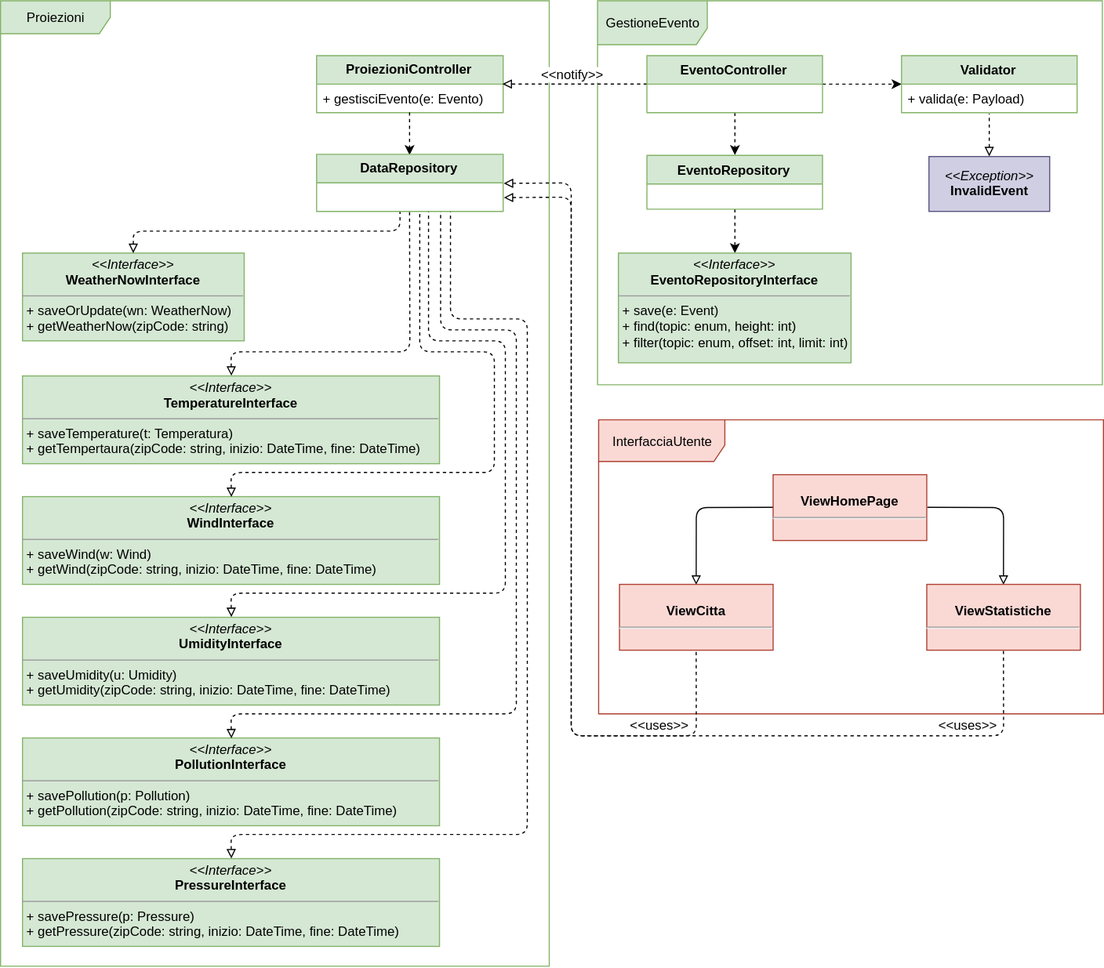
Before: resources/ProgettazioneDettaglio_ProiezioniEvento.svg, a diagram exported from draw.io (Leaaaf/weatherment.io). Source tidied: cells renumbered, new cells last; positions are measured from the earlier drawing's top-left corner, leaving out a move shared by most shapes. Source of this version:
```xml
<mxGraphModel>
  <root>
    <mxCell id="0" />
    <mxCell id="1" parent="0" />
    <mxCell id="2" value="GestioneEvento&lt;br&gt;" style="shape=umlFrame;whiteSpace=wrap;html=1;width=100;height=40;fillColor=#d5e8d4;strokeColor=#82b366;" parent="1" vertex="1">
      <mxGeometry x="544" width="460" height="350" as="geometry" />
    </mxCell>
    <mxCell id="3" value="Proiezioni" style="shape=umlFrame;whiteSpace=wrap;html=1;fillColor=#d5e8d4;strokeColor=#82b366;width=100;height=30;" parent="1" vertex="1">
      <mxGeometry width="500" height="880" as="geometry" />
    </mxCell>
    <mxCell id="4" value="ProiezioniController" style="swimlane;fontStyle=1;horizontal=1;startSize=26;fillColor=#d5e8d4;strokeColor=#82b366;" parent="1" vertex="1">
      <mxGeometry x="288" y="50" width="170" height="52" as="geometry" />
    </mxCell>
    <mxCell id="5" value="+ gestisciEvento(e: Evento)" style="text;strokeColor=none;fillColor=none;align=left;verticalAlign=top;spacingLeft=4;spacingRight=4;overflow=hidden;points=[[0,0.5],[1,0.5]];portConstraint=eastwest;" parent="4" vertex="1">
      <mxGeometry y="26" width="170" height="26" as="geometry" />
    </mxCell>
    <mxCell id="6" value="&lt;p style=&quot;margin: 0px ; margin-top: 4px ; text-align: center&quot;&gt;&lt;i&gt;&amp;lt;&amp;lt;Interface&amp;gt;&amp;gt;&lt;/i&gt;&lt;br&gt;&lt;b&gt;TemperatureInterface&lt;/b&gt;&lt;/p&gt;&lt;hr size=&quot;1&quot;&gt;&lt;p style=&quot;margin: 0px ; margin-left: 4px&quot;&gt;+ saveTemperature(t: Temperatura)&lt;/p&gt;&lt;p style=&quot;margin: 0px ; margin-left: 4px&quot;&gt;+ getTempertaura(zipCode: string, inizio: DateTime, fine: DateTime)&lt;/p&gt;" style="verticalAlign=top;align=left;overflow=fill;fontSize=12;fontFamily=Helvetica;html=1;fillColor=#d5e8d4;strokeColor=#82b366;" parent="1" vertex="1">
      <mxGeometry x="20" y="342" width="380" height="80" as="geometry" />
    </mxCell>
    <mxCell id="7" value="&lt;p style=&quot;margin: 0px ; margin-top: 4px ; text-align: center&quot;&gt;&lt;i&gt;&amp;lt;&amp;lt;Interface&amp;gt;&amp;gt;&lt;/i&gt;&lt;br&gt;&lt;b&gt;WeatherNowInterface&lt;/b&gt;&lt;/p&gt;&lt;hr size=&quot;1&quot;&gt;&lt;p style=&quot;margin: 0px ; margin-left: 4px&quot;&gt;+ saveOrUpdate(wn: WeatherNow)&lt;/p&gt;&lt;p style=&quot;margin: 0px ; margin-left: 4px&quot;&gt;+ getWeatherNow(zipCode: string)&lt;/p&gt;" style="verticalAlign=top;align=left;overflow=fill;fontSize=12;fontFamily=Helvetica;html=1;fillColor=#d5e8d4;strokeColor=#82b366;" parent="1" vertex="1">
      <mxGeometry x="20" y="230" width="202" height="80" as="geometry" />
    </mxCell>
    <mxCell id="8" value="&lt;p style=&quot;margin: 0px ; margin-top: 4px ; text-align: center&quot;&gt;&lt;i&gt;&amp;lt;&amp;lt;Interface&amp;gt;&amp;gt;&lt;/i&gt;&lt;br&gt;&lt;b&gt;WindInterface&lt;/b&gt;&lt;/p&gt;&lt;hr size=&quot;1&quot;&gt;&lt;p style=&quot;margin: 0px ; margin-left: 4px&quot;&gt;+ saveWind(w: Wind)&lt;/p&gt;&lt;p style=&quot;margin: 0px ; margin-left: 4px&quot;&gt;+ getWind(zipCode: string, inizio: DateTime, fine: DateTime)&lt;/p&gt;" style="verticalAlign=top;align=left;overflow=fill;fontSize=12;fontFamily=Helvetica;html=1;fillColor=#d5e8d4;strokeColor=#82b366;" parent="1" vertex="1">
      <mxGeometry x="20" y="452" width="380" height="80" as="geometry" />
    </mxCell>
    <mxCell id="9" value="&lt;p style=&quot;margin: 0px ; margin-top: 4px ; text-align: center&quot;&gt;&lt;i&gt;&amp;lt;&amp;lt;Interface&amp;gt;&amp;gt;&lt;/i&gt;&lt;br&gt;&lt;b&gt;UmidityInterface&lt;/b&gt;&lt;/p&gt;&lt;hr size=&quot;1&quot;&gt;&lt;p style=&quot;margin: 0px ; margin-left: 4px&quot;&gt;+ saveUmidity(u: Umidity)&lt;/p&gt;&lt;p style=&quot;margin: 0px ; margin-left: 4px&quot;&gt;+ getUmidity(zipCode: string, inizio: DateTime, fine: DateTime)&lt;/p&gt;" style="verticalAlign=top;align=left;overflow=fill;fontSize=12;fontFamily=Helvetica;html=1;fillColor=#d5e8d4;strokeColor=#82b366;" parent="1" vertex="1">
      <mxGeometry x="20" y="562" width="380" height="80" as="geometry" />
    </mxCell>
    <mxCell id="10" value="&lt;p style=&quot;margin: 0px ; margin-top: 4px ; text-align: center&quot;&gt;&lt;i&gt;&amp;lt;&amp;lt;Interface&amp;gt;&amp;gt;&lt;/i&gt;&lt;br&gt;&lt;b&gt;PollutionInterface&lt;/b&gt;&lt;/p&gt;&lt;hr size=&quot;1&quot;&gt;&lt;p style=&quot;margin: 0px ; margin-left: 4px&quot;&gt;+ savePollution(p: Pollution)&lt;/p&gt;&lt;p style=&quot;margin: 0px ; margin-left: 4px&quot;&gt;+ getPollution(zipCode: string, inizio: DateTime, fine: DateTime)&lt;/p&gt;" style="verticalAlign=top;align=left;overflow=fill;fontSize=12;fontFamily=Helvetica;html=1;fillColor=#d5e8d4;strokeColor=#82b366;" parent="1" vertex="1">
      <mxGeometry x="20" y="672" width="380" height="80" as="geometry" />
    </mxCell>
    <mxCell id="11" value="&lt;p style=&quot;margin: 0px ; margin-top: 4px ; text-align: center&quot;&gt;&lt;i&gt;&amp;lt;&amp;lt;Interface&amp;gt;&amp;gt;&lt;/i&gt;&lt;br&gt;&lt;b&gt;PressureInterface&lt;/b&gt;&lt;/p&gt;&lt;hr size=&quot;1&quot;&gt;&lt;p style=&quot;margin: 0px ; margin-left: 4px&quot;&gt;+ savePressure(p: Pressure)&lt;/p&gt;&lt;p style=&quot;margin: 0px ; margin-left: 4px&quot;&gt;+ getPressure(zipCode: string, inizio: DateTime, fine: DateTime)&lt;/p&gt;" style="verticalAlign=top;align=left;overflow=fill;fontSize=12;fontFamily=Helvetica;html=1;fillColor=#d5e8d4;strokeColor=#82b366;" parent="1" vertex="1">
      <mxGeometry x="20" y="782" width="380" height="80" as="geometry" />
    </mxCell>
    <mxCell id="12" style="endArrow=classic;html=1;exitX=0.5;exitY=1;exitDx=0;exitDy=0;entryX=0.5;entryY=0;entryDx=0;entryDy=0;dashed=1;" parent="1" edge="1" source="4" target="19">
      <mxGeometry relative="1" as="geometry" />
    </mxCell>
    <mxCell id="13" style="endArrow=none;html=1;exitX=0.5;exitY=0;exitDx=0;exitDy=0;dashed=1;endFill=0;startArrow=block;startFill=0;" parent="1" edge="1" source="7">
      <mxGeometry relative="1" as="geometry">
        <mxPoint x="364" y="192" as="targetPoint" />
        <Array as="points">
          <mxPoint x="121" y="210" />
          <mxPoint x="364" y="210" />
        </Array>
      </mxGeometry>
    </mxCell>
    <mxCell id="14" style="endArrow=none;html=1;entryX=0.5;entryY=1;entryDx=0;entryDy=0;exitX=0.5;exitY=0;exitDx=0;exitDy=0;dashed=1;endFill=0;startArrow=block;startFill=0;" parent="1" edge="1" source="6" target="19">
      <mxGeometry relative="1" as="geometry">
        <Array as="points">
          <mxPoint x="210" y="320" />
          <mxPoint x="373" y="320" />
        </Array>
      </mxGeometry>
    </mxCell>
    <mxCell id="15" style="endArrow=none;html=1;exitX=0.5;exitY=0;exitDx=0;exitDy=0;dashed=1;endFill=0;startArrow=block;startFill=0;" parent="1" edge="1" source="8">
      <mxGeometry relative="1" as="geometry">
        <mxPoint x="382" y="192" as="targetPoint" />
        <Array as="points">
          <mxPoint x="210" y="430" />
          <mxPoint x="450" y="430" />
          <mxPoint x="450" y="320" />
          <mxPoint x="382" y="320" />
        </Array>
      </mxGeometry>
    </mxCell>
    <mxCell id="16" style="endArrow=none;html=1;exitX=0.5;exitY=0;exitDx=0;exitDy=0;dashed=1;endFill=0;startArrow=block;startFill=0;" parent="1" edge="1" source="9">
      <mxGeometry relative="1" as="geometry">
        <mxPoint x="390" y="192" as="targetPoint" />
        <Array as="points">
          <mxPoint x="210" y="540" />
          <mxPoint x="460" y="540" />
          <mxPoint x="460" y="310" />
          <mxPoint x="390" y="310" />
        </Array>
      </mxGeometry>
    </mxCell>
    <mxCell id="17" style="endArrow=none;html=1;exitX=0.5;exitY=0;exitDx=0;exitDy=0;dashed=1;endFill=0;startArrow=block;startFill=0;" parent="1" edge="1" source="10">
      <mxGeometry relative="1" as="geometry">
        <mxPoint x="401" y="192" as="targetPoint" />
        <Array as="points">
          <mxPoint x="210" y="650" />
          <mxPoint x="470" y="650" />
          <mxPoint x="470" y="300" />
          <mxPoint x="401" y="300" />
        </Array>
      </mxGeometry>
    </mxCell>
    <mxCell id="18" style="endArrow=none;html=1;exitX=0.5;exitY=0;exitDx=0;exitDy=0;dashed=1;endFill=0;startArrow=block;startFill=0;" parent="1" edge="1" source="11">
      <mxGeometry relative="1" as="geometry">
        <mxPoint x="410" y="192" as="targetPoint" />
        <Array as="points">
          <mxPoint x="210" y="760" />
          <mxPoint x="480" y="760" />
          <mxPoint x="480" y="290" />
          <mxPoint x="410" y="290" />
        </Array>
      </mxGeometry>
    </mxCell>
    <mxCell id="19" value="DataRepository" style="swimlane;fontStyle=1;horizontal=1;startSize=26;fillColor=#d5e8d4;strokeColor=#82b366;" parent="1" vertex="1">
      <mxGeometry x="288" y="140" width="170" height="52" as="geometry" />
    </mxCell>
    <mxCell id="20" style="edgeStyle=orthogonalEdgeStyle;rounded=1;jettySize=auto;html=1;entryX=0.5;entryY=0;entryDx=0;entryDy=0;dashed=1;" parent="1" edge="1" source="21" target="30">
      <mxGeometry relative="1" as="geometry" />
    </mxCell>
    <mxCell id="21" value="EventoRepository" style="swimlane;fontStyle=1;align=center;verticalAlign=top;horizontal=1;startSize=26;fillColor=#d5e8d4;strokeColor=#82b366;" parent="1" vertex="1">
      <mxGeometry x="589" y="141" width="160" height="49" as="geometry" />
    </mxCell>
    <mxCell id="22" style="edgeStyle=orthogonalEdgeStyle;rounded=1;jettySize=auto;html=1;dashed=1;endArrow=classic;endFill=1;" parent="1" edge="1" source="26" target="28">
      <mxGeometry relative="1" as="geometry" />
    </mxCell>
    <mxCell id="23" style="edgeStyle=orthogonalEdgeStyle;rounded=1;jettySize=auto;html=1;entryX=0.5;entryY=0;entryDx=0;entryDy=0;dashed=1;" parent="1" edge="1" source="26" target="21">
      <mxGeometry relative="1" as="geometry" />
    </mxCell>
    <mxCell id="24" style="rounded=0;jettySize=auto;html=1;entryX=0.999;entryY=-0.015;entryDx=0;entryDy=0;entryPerimeter=0;dashed=1;startArrow=none;startFill=0;endArrow=block;endFill=0;" parent="1" edge="1" source="26" target="5">
      <mxGeometry relative="1" as="geometry" />
    </mxCell>
    <mxCell id="25" value="&amp;lt;&amp;lt;notify&amp;gt;&amp;gt;" style="text;html=1;align=center;verticalAlign=middle;labelBackgroundColor=#ffffff;" parent="24" vertex="1">
      <mxGeometry x="0.07" relative="1" as="geometry">
        <mxPoint x="1.5" y="-9.5" as="offset" />
      </mxGeometry>
    </mxCell>
    <mxCell id="26" value="EventoController" style="swimlane;fontStyle=1;align=center;verticalAlign=top;horizontal=1;startSize=26;fillColor=#d5e8d4;strokeColor=#82b366;" parent="1" vertex="1">
      <mxGeometry x="589" y="50" width="160" height="52" as="geometry" />
    </mxCell>
    <mxCell id="27" value=" " style="text;strokeColor=none;fillColor=none;align=left;verticalAlign=top;spacingLeft=4;spacingRight=4;overflow=hidden;" parent="26" vertex="1">
      <mxGeometry y="26" width="160" height="26" as="geometry" />
    </mxCell>
    <mxCell id="28" value="Validator" style="swimlane;fontStyle=1;align=center;verticalAlign=top;horizontal=1;startSize=26;fillColor=#d5e8d4;strokeColor=#82b366;" parent="1" vertex="1">
      <mxGeometry x="821" y="50" width="160" height="52" as="geometry" />
    </mxCell>
    <mxCell id="29" value="+ valida(e: Payload)" style="text;strokeColor=none;fillColor=none;align=left;verticalAlign=top;spacingLeft=4;spacingRight=4;overflow=hidden;points=[[0,0.5],[1,0.5]];portConstraint=eastwest;" parent="28" vertex="1">
      <mxGeometry y="26" width="160" height="26" as="geometry" />
    </mxCell>
    <mxCell id="30" value="&lt;p style=&quot;margin: 0px ; margin-top: 4px ; text-align: center&quot;&gt;&lt;i&gt;&amp;lt;&amp;lt;Interface&amp;gt;&amp;gt;&lt;/i&gt;&lt;br&gt;&lt;b&gt;EventoRepositoryInterface&lt;/b&gt;&lt;/p&gt;&lt;hr size=&quot;1&quot;&gt;&lt;p style=&quot;margin: 0px ; margin-left: 4px&quot;&gt;+ save(e: Event)&lt;br&gt;+ find(topic: enum, height: int)&lt;/p&gt;&lt;p style=&quot;margin: 0px ; margin-left: 4px&quot;&gt;+ filter(topic: enum,&amp;nbsp;&lt;span&gt;offset: int, limit: int)&lt;/span&gt;&lt;/p&gt;" style="verticalAlign=top;align=left;overflow=fill;fontSize=12;fontFamily=Helvetica;html=1;fillColor=#d5e8d4;strokeColor=#82b366;" parent="1" vertex="1">
      <mxGeometry x="563" y="230" width="212" height="100" as="geometry" />
    </mxCell>
    <mxCell id="31" style="edgeStyle=orthogonalEdgeStyle;rounded=0;jettySize=auto;html=1;exitX=0.5;exitY=0;exitDx=0;exitDy=0;entryX=0.5;entryY=1.039;entryDx=0;entryDy=0;entryPerimeter=0;startArrow=block;startFill=0;endArrow=none;endFill=0;dashed=1;" parent="1" edge="1" source="32" target="29">
      <mxGeometry relative="1" as="geometry" />
    </mxCell>
    <mxCell id="32" value="&lt;i&gt;&amp;lt;&amp;lt;Exception&amp;gt;&amp;gt;&lt;/i&gt;&lt;br&gt;&lt;b&gt;InvalidEvent&lt;/b&gt;&lt;br&gt;" style="html=1;fillColor=#d0cee2;strokeColor=#56517e;" parent="1" vertex="1">
      <mxGeometry x="846" y="142" width="110" height="50" as="geometry" />
    </mxCell>
    <mxCell id="33" value="InterfacciaUtente" style="shape=umlFrame;whiteSpace=wrap;html=1;width=115;height=38;fillColor=#fad9d5;strokeColor=#ae4132;" parent="1" vertex="1">
      <mxGeometry x="545" y="382" width="460" height="268" as="geometry" />
    </mxCell>
    <mxCell id="34" style="edgeStyle=none;rounded=1;jettySize=auto;html=1;exitX=0;exitY=0.5;exitDx=0;exitDy=0;entryX=0.5;entryY=0;entryDx=0;entryDy=0;startArrow=none;startFill=0;endArrow=block;endFill=0;" parent="1" edge="1" source="36" target="37">
      <mxGeometry relative="1" as="geometry">
        <Array as="points">
          <mxPoint x="634" y="462" />
        </Array>
      </mxGeometry>
    </mxCell>
    <mxCell id="35" style="edgeStyle=none;rounded=1;jettySize=auto;html=1;exitX=1;exitY=0.5;exitDx=0;exitDy=0;entryX=0.5;entryY=0;entryDx=0;entryDy=0;startArrow=none;startFill=0;endArrow=block;endFill=0;" parent="1" edge="1" source="36" target="38">
      <mxGeometry relative="1" as="geometry">
        <Array as="points">
          <mxPoint x="914" y="462" />
        </Array>
      </mxGeometry>
    </mxCell>
    <mxCell id="36" value="&lt;p style=&quot;margin: 0px ; margin-top: 4px ; text-align: center&quot;&gt;&lt;br&gt;&lt;b&gt;ViewHomePage&lt;/b&gt;&lt;/p&gt;&lt;hr&gt;" style="verticalAlign=top;align=left;overflow=fill;fontSize=12;fontFamily=Helvetica;html=1;fillColor=#fad9d5;strokeColor=#ae4132;" parent="1" vertex="1">
      <mxGeometry x="704" y="432" width="140" height="60" as="geometry" />
    </mxCell>
    <mxCell id="37" value="&lt;p style=&quot;margin: 0px ; margin-top: 4px ; text-align: center&quot;&gt;&lt;br&gt;&lt;b&gt;ViewCitta&lt;/b&gt;&lt;/p&gt;&lt;hr&gt;" style="verticalAlign=top;align=left;overflow=fill;fontSize=12;fontFamily=Helvetica;html=1;fillColor=#fad9d5;strokeColor=#ae4132;" parent="1" vertex="1">
      <mxGeometry x="564" y="532" width="140" height="60" as="geometry" />
    </mxCell>
    <mxCell id="38" value="&lt;p style=&quot;margin: 0px ; margin-top: 4px ; text-align: center&quot;&gt;&lt;br&gt;&lt;b&gt;ViewStatistiche&lt;/b&gt;&lt;/p&gt;&lt;hr&gt;" style="verticalAlign=top;align=left;overflow=fill;fontSize=12;fontFamily=Helvetica;html=1;fillColor=#fad9d5;strokeColor=#ae4132;" parent="1" vertex="1">
      <mxGeometry x="844" y="532" width="140" height="60" as="geometry" />
    </mxCell>
    <mxCell id="39" style="edgeStyle=none;rounded=1;jettySize=auto;html=1;entryX=0.5;entryY=1;entryDx=0;entryDy=0;startArrow=block;startFill=0;endArrow=none;endFill=0;dashed=1;exitX=1;exitY=0.75;exitDx=0;exitDy=0;" parent="1" edge="1" source="19" target="37">
      <mxGeometry relative="1" as="geometry">
        <Array as="points">
          <mxPoint x="520" y="179" />
          <mxPoint x="520" y="670" />
          <mxPoint x="634" y="670" />
        </Array>
      </mxGeometry>
    </mxCell>
    <mxCell id="40" style="edgeStyle=none;rounded=1;jettySize=auto;html=1;entryX=0.5;entryY=1;entryDx=0;entryDy=0;startArrow=block;startFill=0;endArrow=none;endFill=0;dashed=1;exitX=1;exitY=0.5;exitDx=0;exitDy=0;" parent="1" edge="1" source="19" target="38">
      <mxGeometry relative="1" as="geometry">
        <Array as="points">
          <mxPoint x="520" y="166" />
          <mxPoint x="520" y="670" />
          <mxPoint x="914" y="670" />
        </Array>
      </mxGeometry>
    </mxCell>
    <mxCell id="41" value="&amp;lt;&amp;lt;uses&amp;gt;&amp;gt;" style="text;html=1;strokeColor=none;fillColor=none;align=center;verticalAlign=middle;whiteSpace=wrap;rounded=0;" parent="1" vertex="1">
      <mxGeometry x="580" y="650" width="40" height="20" as="geometry" />
    </mxCell>
    <mxCell id="42" value="&amp;lt;&amp;lt;uses&amp;gt;&amp;gt;" style="text;html=1;strokeColor=none;fillColor=none;align=center;verticalAlign=middle;whiteSpace=wrap;rounded=0;" parent="1" vertex="1">
      <mxGeometry x="861" y="650" width="40" height="20" as="geometry" />
    </mxCell>
  </root>
</mxGraphModel>
```
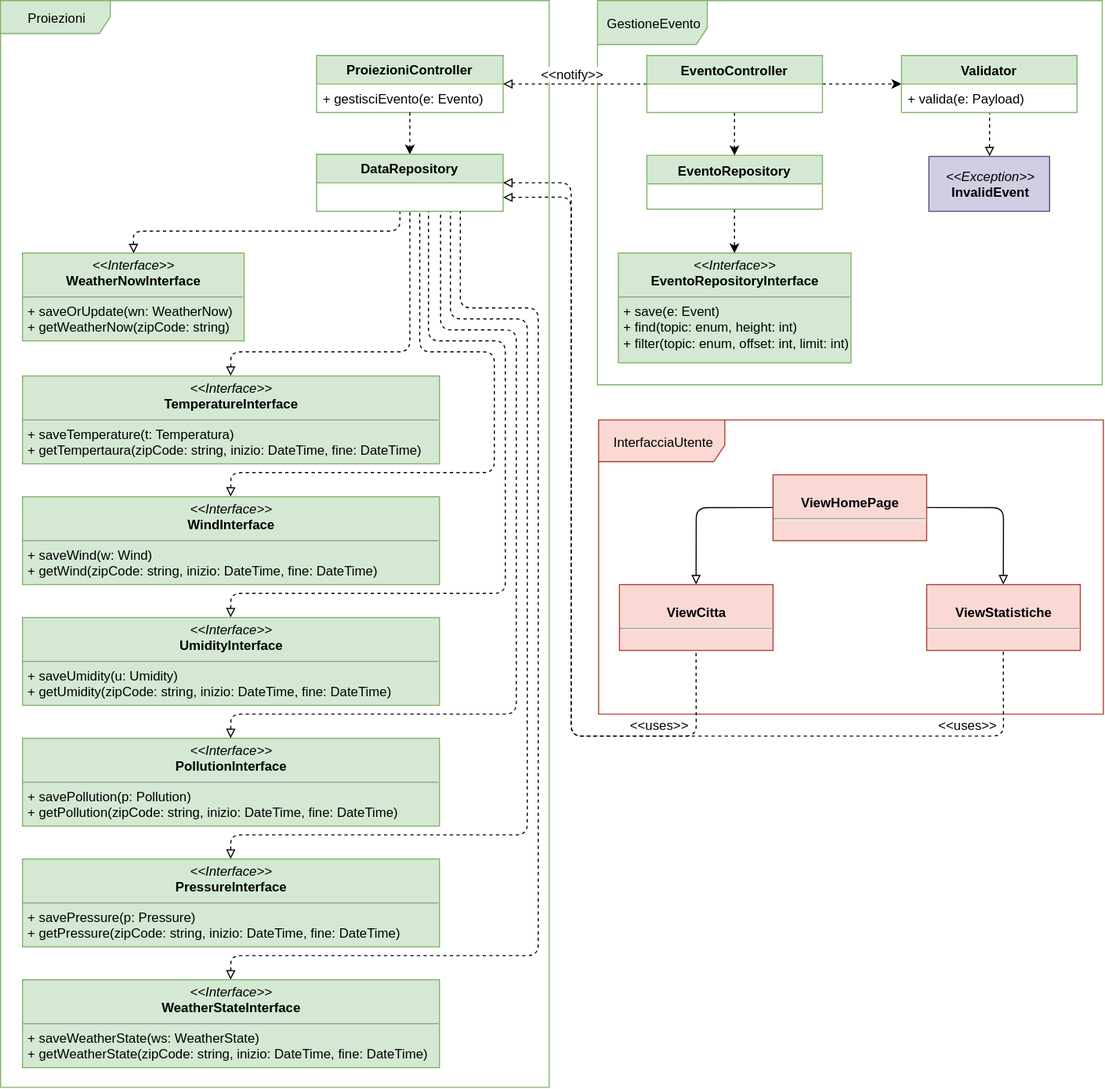
After the commit.

Commit message:
Added WeatherState Interface to diagram

The edit, as a diff of the source:
```diff
@@ -6,7 +6,7 @@
       <mxGeometry x="544" width="460" height="350" as="geometry" />
     </mxCell>
     <mxCell id="3" value="Proiezioni" style="shape=umlFrame;whiteSpace=wrap;html=1;fillColor=#d5e8d4;strokeColor=#82b366;width=100;height=30;" parent="1" vertex="1">
-      <mxGeometry width="500" height="880" as="geometry" />
+      <mxGeometry width="500" height="990" as="geometry" />
     </mxCell>
     <mxCell id="4" value="ProiezioniController" style="swimlane;fontStyle=1;horizontal=1;startSize=26;fillColor=#d5e8d4;strokeColor=#82b366;" parent="1" vertex="1">
       <mxGeometry x="288" y="50" width="170" height="52" as="geometry" />
@@ -190,5 +190,19 @@
     <mxCell id="42" value="&amp;lt;&amp;lt;uses&amp;gt;&amp;gt;" style="text;html=1;strokeColor=none;fillColor=none;align=center;verticalAlign=middle;whiteSpace=wrap;rounded=0;" parent="1" vertex="1">
       <mxGeometry x="861" y="650" width="40" height="20" as="geometry" />
     </mxCell>
+    <mxCell id="43" value="&lt;p style=&quot;margin: 0px ; margin-top: 4px ; text-align: center&quot;&gt;&lt;i&gt;&amp;lt;&amp;lt;Interface&amp;gt;&amp;gt;&lt;/i&gt;&lt;br&gt;&lt;b&gt;WeatherStateInterface&lt;/b&gt;&lt;/p&gt;&lt;hr size=&quot;1&quot;&gt;&lt;p style=&quot;margin: 0px ; margin-left: 4px&quot;&gt;+ saveWeatherState(ws: WeatherState)&lt;/p&gt;&lt;p style=&quot;margin: 0px ; margin-left: 4px&quot;&gt;+ getWeatherState(zipCode: string, inizio: DateTime, fine: DateTime)&lt;/p&gt;" style="verticalAlign=top;align=left;overflow=fill;fontSize=12;fontFamily=Helvetica;html=1;fillColor=#d5e8d4;strokeColor=#82b366;" parent="1" vertex="1">
+      <mxGeometry x="20" y="892" width="380" height="80" as="geometry" />
+    </mxCell>
+    <mxCell id="44" style="endArrow=none;html=1;exitX=0.5;exitY=0;exitDx=0;exitDy=0;dashed=1;endFill=0;startArrow=block;startFill=0;" parent="1" edge="1" source="43">
+      <mxGeometry relative="1" as="geometry">
+        <mxPoint x="419" y="192" as="targetPoint" />
+        <Array as="points">
+          <mxPoint x="210" y="870" />
+          <mxPoint x="490" y="870" />
+          <mxPoint x="490" y="280" />
+          <mxPoint x="419" y="280" />
+        </Array>
+      </mxGeometry>
+    </mxCell>
   </root>
 </mxGraphModel>
```
